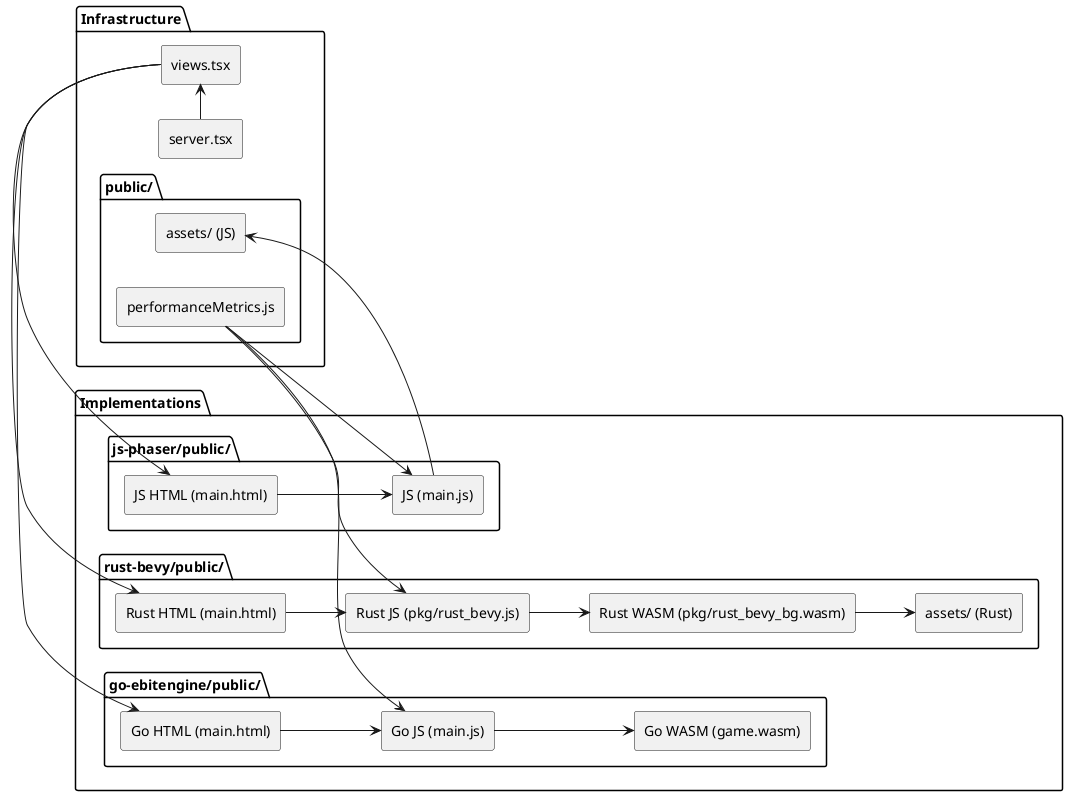
Above: docs/architecture.png in oTuff/wasm-game (PlantUML), before the change.
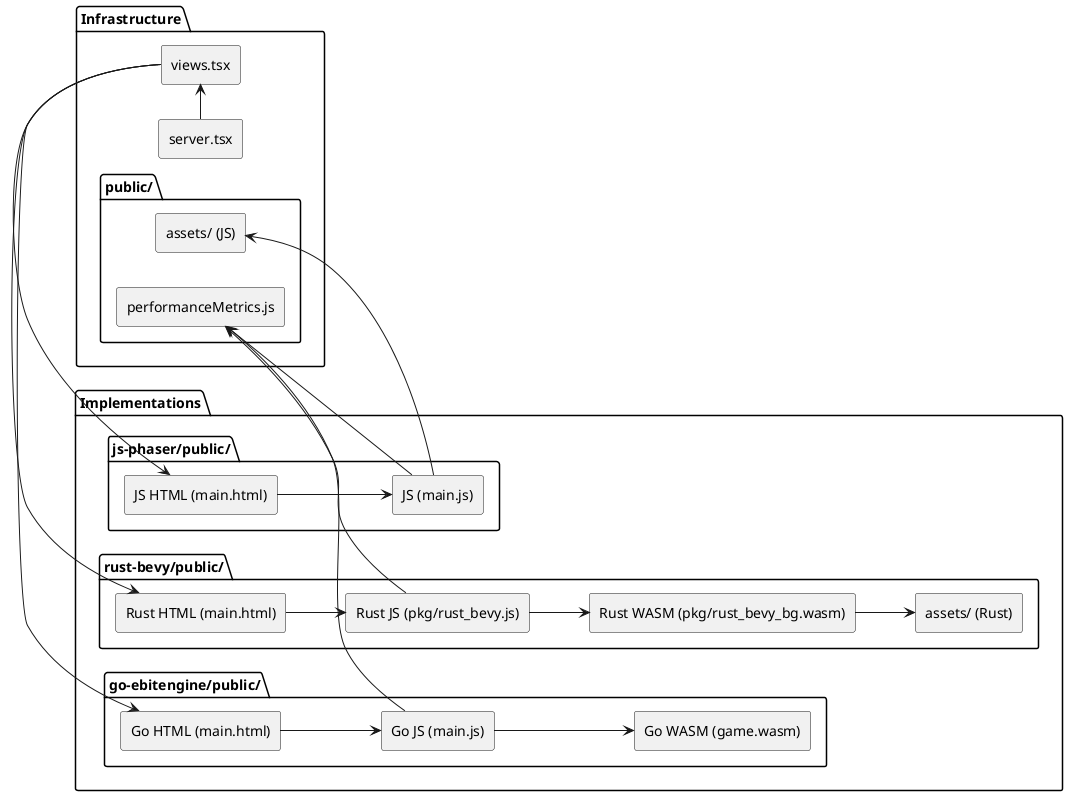
Above is the later version.

Commit message:
Update architecture diagram

Diff of the diagram source:
```diff
@@ -46,9 +46,9 @@
   rust_wasm --> rust_assets
   js_js --> assets
 
-  metrics --> go_js
-  metrics --> rust_js
-  metrics --> js_js
+  metrics <-- go_js
+  metrics <-- rust_js
+  metrics <-- js_js
 }
 
 @enduml
```
